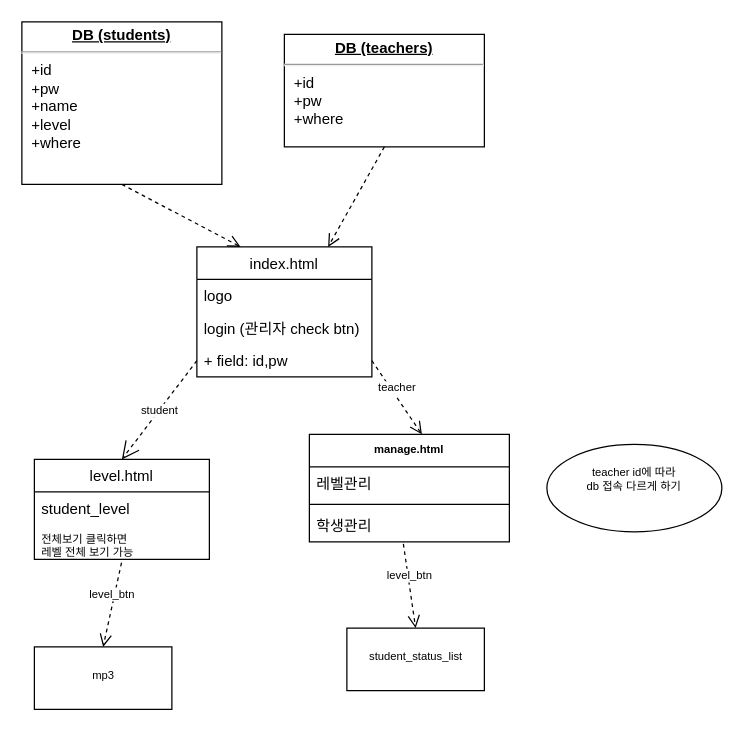
Above: topedu.drawio in sladuf/Topedu (draw.io), before the change. Source tidied: cells renumbered, new cells numbered last; positions are measured from the earlier drawing's top-left corner, leaving out a move shared by most shapes. Both pictures are drawn from the tidied source at 125%, with x=0, y=0 at pixel (21, 21).
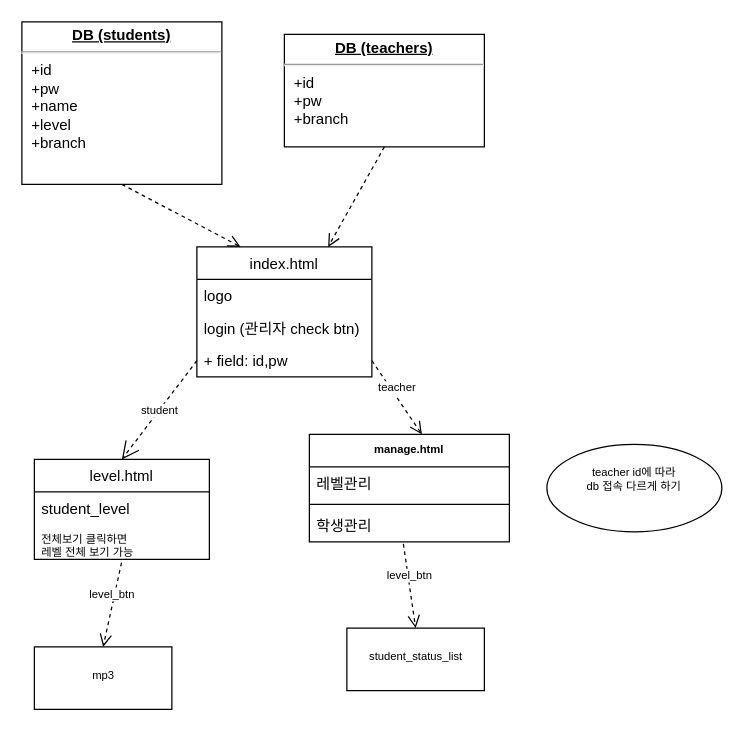
The same diagram, later.

Commit message (it also covers changes not shown here):
modify screen size

What changed in the source:
```diff
@@
-    <mxCell id="7" value="&lt;p style=&quot;margin: 0px ; margin-top: 4px ; text-align: center ; text-decoration: underline&quot;&gt;&lt;b&gt;DB (students)&lt;/b&gt;&lt;/p&gt;&lt;hr&gt;&lt;p style=&quot;margin: 0px ; margin-left: 8px&quot;&gt;+id&lt;/p&gt;&lt;p style=&quot;margin: 0px ; margin-left: 8px&quot;&gt;+pw&lt;/p&gt;&lt;p style=&quot;margin: 0px ; margin-left: 8px&quot;&gt;+name&lt;/p&gt;&lt;p style=&quot;margin: 0px ; margin-left: 8px&quot;&gt;+level&lt;/p&gt;&lt;p style=&quot;margin: 0px ; margin-left: 8px&quot;&gt;+where&lt;/p&gt;&lt;p style=&quot;margin: 0px ; margin-left: 8px&quot;&gt;&lt;br&gt;&lt;/p&gt;" style="verticalAlign=top;align=left;overflow=fill;fontSize=12;fontFamily=Helvetica;html=1;fontColor=none;" parent="1" vertex="1">
+    <mxCell id="7" value="&lt;p style=&quot;margin: 0px ; margin-top: 4px ; text-align: center ; text-decoration: underline&quot;&gt;&lt;b&gt;DB (students)&lt;/b&gt;&lt;/p&gt;&lt;hr&gt;&lt;p style=&quot;margin: 0px ; margin-left: 8px&quot;&gt;+id&lt;/p&gt;&lt;p style=&quot;margin: 0px ; margin-left: 8px&quot;&gt;+pw&lt;/p&gt;&lt;p style=&quot;margin: 0px ; margin-left: 8px&quot;&gt;+name&lt;/p&gt;&lt;p style=&quot;margin: 0px ; margin-left: 8px&quot;&gt;+level&lt;/p&gt;&lt;p style=&quot;margin: 0px ; margin-left: 8px&quot;&gt;+branch&lt;/p&gt;&lt;p style=&quot;margin: 0px ; margin-left: 8px&quot;&gt;&lt;br&gt;&lt;/p&gt;" style="verticalAlign=top;align=left;overflow=fill;fontSize=12;fontFamily=Helvetica;html=1;fontColor=none;" parent="1" vertex="1">
       <mxGeometry width="160" height="130" as="geometry" />
     </mxCell>
-    <mxCell id="8" value="&lt;p style=&quot;margin: 0px ; margin-top: 4px ; text-align: center ; text-decoration: underline&quot;&gt;&lt;b&gt;DB (teachers)&lt;/b&gt;&lt;/p&gt;&lt;hr&gt;&lt;p style=&quot;margin: 0px ; margin-left: 8px&quot;&gt;+id&lt;/p&gt;&lt;p style=&quot;margin: 0px ; margin-left: 8px&quot;&gt;+pw&lt;/p&gt;&lt;p style=&quot;margin: 0px ; margin-left: 8px&quot;&gt;+where&lt;/p&gt;" style="verticalAlign=top;align=left;overflow=fill;fontSize=12;fontFamily=Helvetica;html=1;fontColor=none;" parent="1" vertex="1">
+    <mxCell id="8" value="&lt;p style=&quot;margin: 0px ; margin-top: 4px ; text-align: center ; text-decoration: underline&quot;&gt;&lt;b&gt;DB (teachers)&lt;/b&gt;&lt;/p&gt;&lt;hr&gt;&lt;p style=&quot;margin: 0px ; margin-left: 8px&quot;&gt;+id&lt;/p&gt;&lt;p style=&quot;margin: 0px ; margin-left: 8px&quot;&gt;+pw&lt;/p&gt;&lt;p style=&quot;margin: 0px ; margin-left: 8px&quot;&gt;+branch&lt;/p&gt;" style="verticalAlign=top;align=left;overflow=fill;fontSize=12;fontFamily=Helvetica;html=1;fontColor=none;" parent="1" vertex="1">
       <mxGeometry x="210" y="10" width="160" height="90" as="geometry" />
     </mxCell>
```
